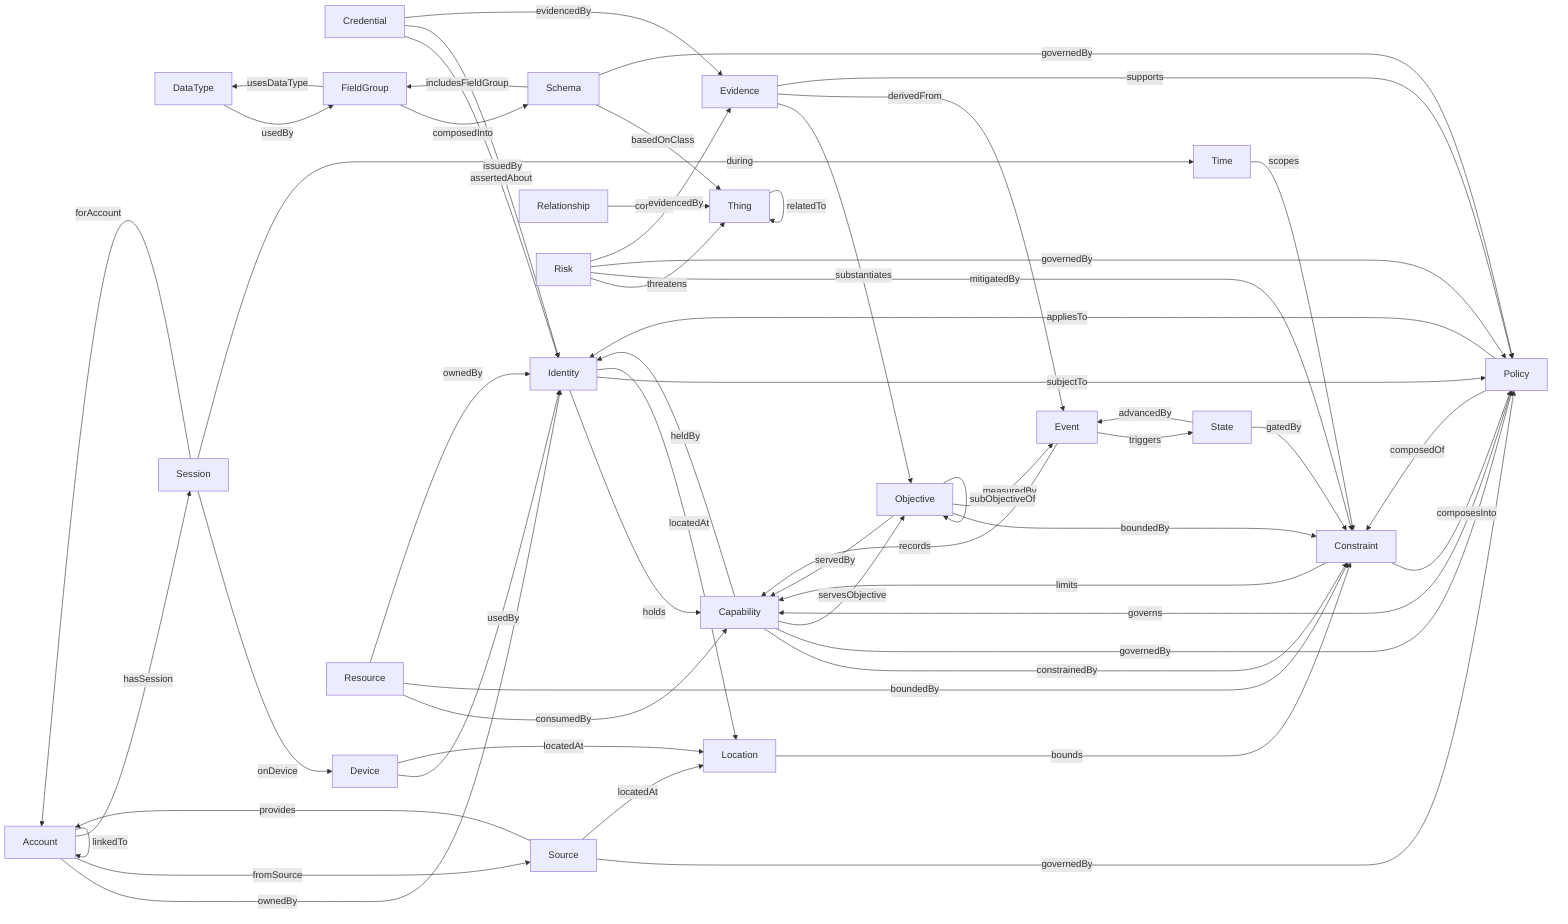
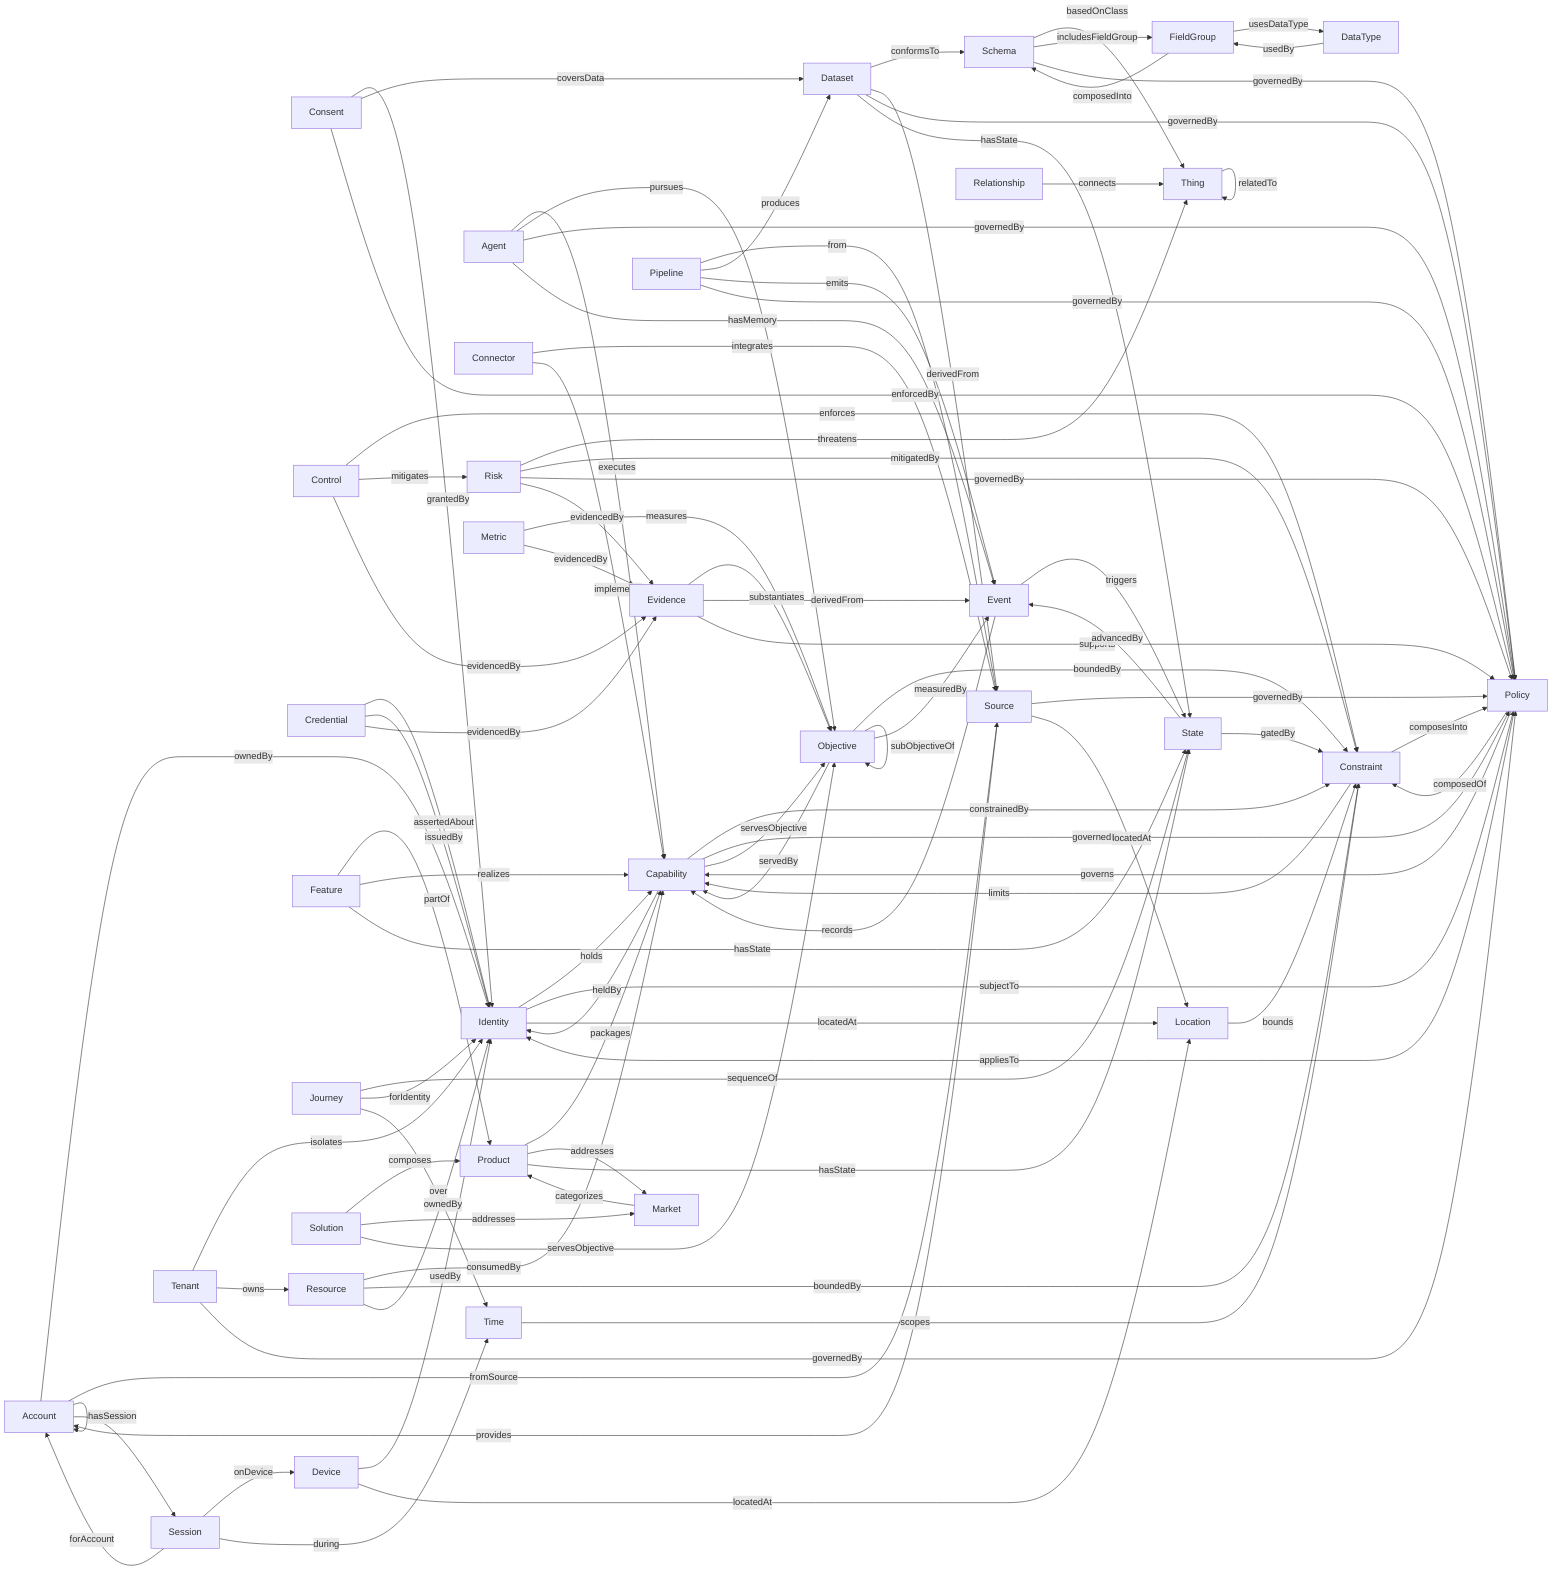
graph LR
  Account -->|ownedBy| Identity
  Account -->|fromSource| Source
  Account -->|linkedTo| Account
  Account -->|hasSession| Session
+   Agent -->|executes| Capability
+   Agent -->|pursues| Objective
+   Agent -->|governedBy| Policy
+   Agent -->|hasMemory| Event
  Capability -->|heldBy| Identity
  Capability -->|constrainedBy| Constraint
  Capability -->|governedBy| Policy
  Capability -->|servesObjective| Objective
+   Connector -->|integrates| Source
+   Connector -->|implements| Capability
+   Consent -->|grantedBy| Identity
+   Consent -->|coversData| Dataset
+   Consent -->|enforcedBy| Policy
  Constraint -->|composesInto| Policy
  Constraint -->|limits| Capability
+   Control -->|enforces| Constraint
+   Control -->|mitigates| Risk
+   Control -->|evidencedBy| Evidence
  Credential -->|assertedAbout| Identity
  Credential -->|issuedBy| Identity
  Credential -->|evidencedBy| Evidence
  DataType -->|usedBy| FieldGroup
+   Dataset -->|conformsTo| Schema
+   Dataset -->|derivedFrom| Source
+   Dataset -->|governedBy| Policy
+   Dataset -->|hasState| State
  Device -->|usedBy| Identity
  Device -->|locatedAt| Location
  Event -->|records| Capability
  Event -->|triggers| State
  Evidence -->|substantiates| Objective
  Evidence -->|derivedFrom| Event
  Evidence -->|supports| Policy
+   Feature -->|partOf| Product
+   Feature -->|realizes| Capability
+   Feature -->|hasState| State
  FieldGroup -->|usesDataType| DataType
  FieldGroup -->|composedInto| Schema
  Identity -->|holds| Capability
  Identity -->|subjectTo| Policy
  Identity -->|locatedAt| Location
+   Journey -->|sequenceOf| State
+   Journey -->|forIdentity| Identity
+   Journey -->|over| Time
  Location -->|bounds| Constraint
+   Market -->|categorizes| Product
+   Metric -->|measures| Objective
+   Metric -->|evidencedBy| Evidence
  Objective -->|servedBy| Capability
  Objective -->|boundedBy| Constraint
  Objective -->|measuredBy| Event
  Objective -->|subObjectiveOf| Objective
+   Pipeline -->|from| Source
+   Pipeline -->|produces| Dataset
+   Pipeline -->|emits| Event
+   Pipeline -->|governedBy| Policy
  Policy -->|composedOf| Constraint
  Policy -->|governs| Capability
  Policy -->|appliesTo| Identity
+   Product -->|packages| Capability
+   Product -->|addresses| Market
+   Product -->|hasState| State
  Relationship -->|connects| Thing
  Resource -->|consumedBy| Capability
  Resource -->|boundedBy| Constraint
  Resource -->|ownedBy| Identity
  Risk -->|threatens| Thing
  Risk -->|mitigatedBy| Constraint
  Risk -->|governedBy| Policy
  Risk -->|evidencedBy| Evidence
  Schema -->|basedOnClass| Thing
  Schema -->|includesFieldGroup| FieldGroup
  Schema -->|governedBy| Policy
  Session -->|forAccount| Account
  Session -->|onDevice| Device
  Session -->|during| Time
+   Solution -->|composes| Product
+   Solution -->|addresses| Market
+   Solution -->|servesObjective| Objective
  Source -->|provides| Account
  Source -->|governedBy| Policy
  Source -->|locatedAt| Location
  State -->|advancedBy| Event
  State -->|gatedBy| Constraint
+   Tenant -->|isolates| Identity
+   Tenant -->|owns| Resource
+   Tenant -->|governedBy| Policy
  Thing -->|relatedTo| Thing
  Time -->|scopes| Constraint
